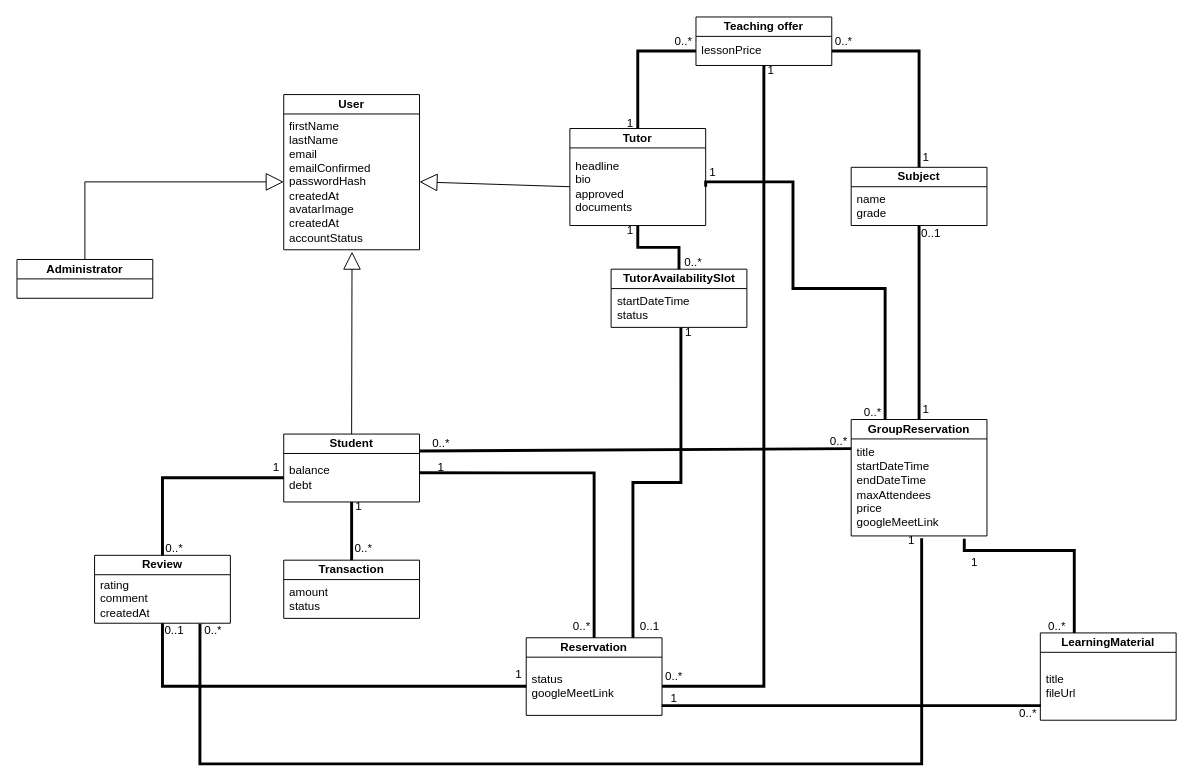
The draw.io diagram Class diagram.drawio in AlexShukel/PSI2025, before the edit. Source tidied: cells renumbered, new cells numbered last; positions are measured from the earlier drawing's top-left corner, leaving out a move shared by most shapes. Both pictures are drawn from the tidied source at 97%, with x=0, y=0 at pixel (16, 16).
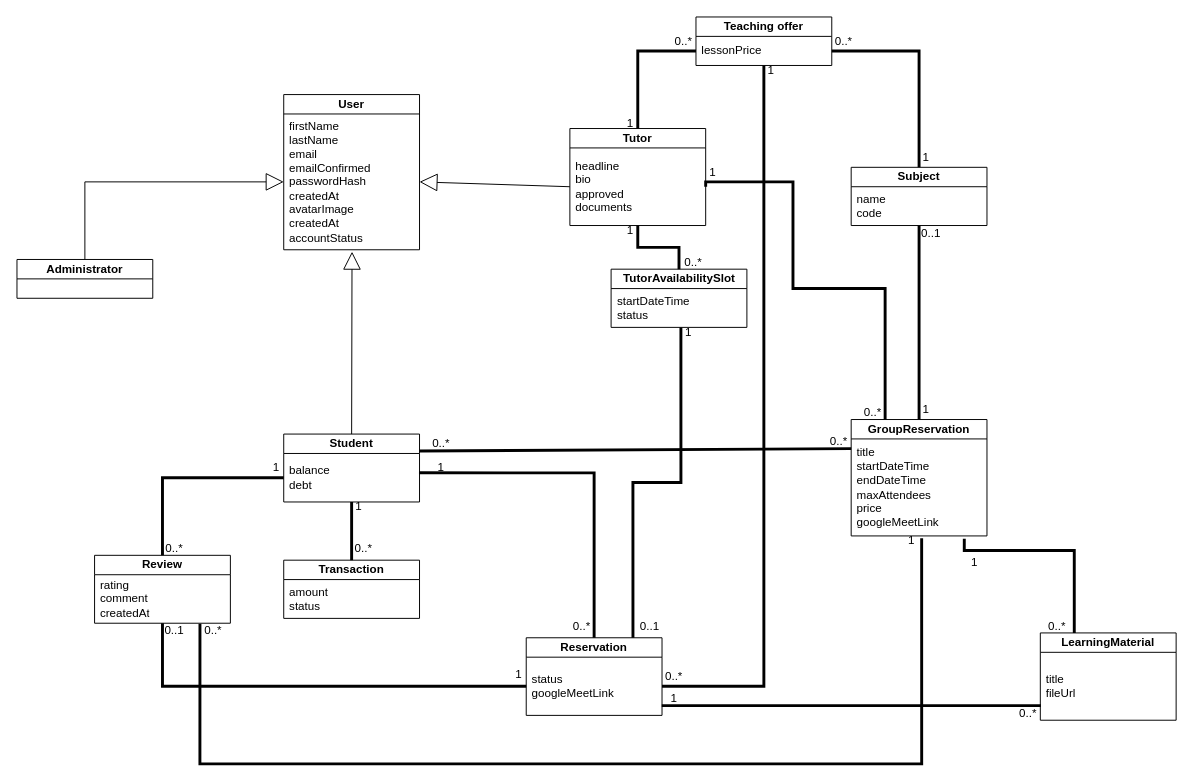
The same page after the edit.

Commit message (it also covers changes not shown here):
Update class diagram

The change refers to these unchanged cells:
```xml
<mxCell id="27" value="Subject" style="swimlane;fontStyle=1;align=center;verticalAlign=middle;horizontal=1;startSize=20;html=1;whiteSpace=wrap;" parent="1" vertex="1">
  <mxGeometry x="860" y="155" width="140" height="60" as="geometry" />
</mxCell>
```

The edit, as a diff of the source:
```diff
@@
-    <mxCell id="28" value="&lt;div&gt;name&lt;/div&gt;&lt;div&gt;grade&lt;/div&gt;" style="text;html=1;strokeColor=none;fillColor=none;align=left;verticalAlign=middle;spacingLeft=4;spacingRight=4;overflow=hidden;points=[[0,0.5],[1,0.5]];portConstraint=eastwest;whiteSpace=wrap;" parent="27" vertex="1">
+    <mxCell id="28" value="&lt;div&gt;name&lt;/div&gt;&lt;div&gt;code&lt;/div&gt;" style="text;html=1;strokeColor=none;fillColor=none;align=left;verticalAlign=middle;spacingLeft=4;spacingRight=4;overflow=hidden;points=[[0,0.5],[1,0.5]];portConstraint=eastwest;whiteSpace=wrap;" parent="27" vertex="1">
       <mxGeometry y="20" width="140" height="40" as="geometry" />
     </mxCell>
```
